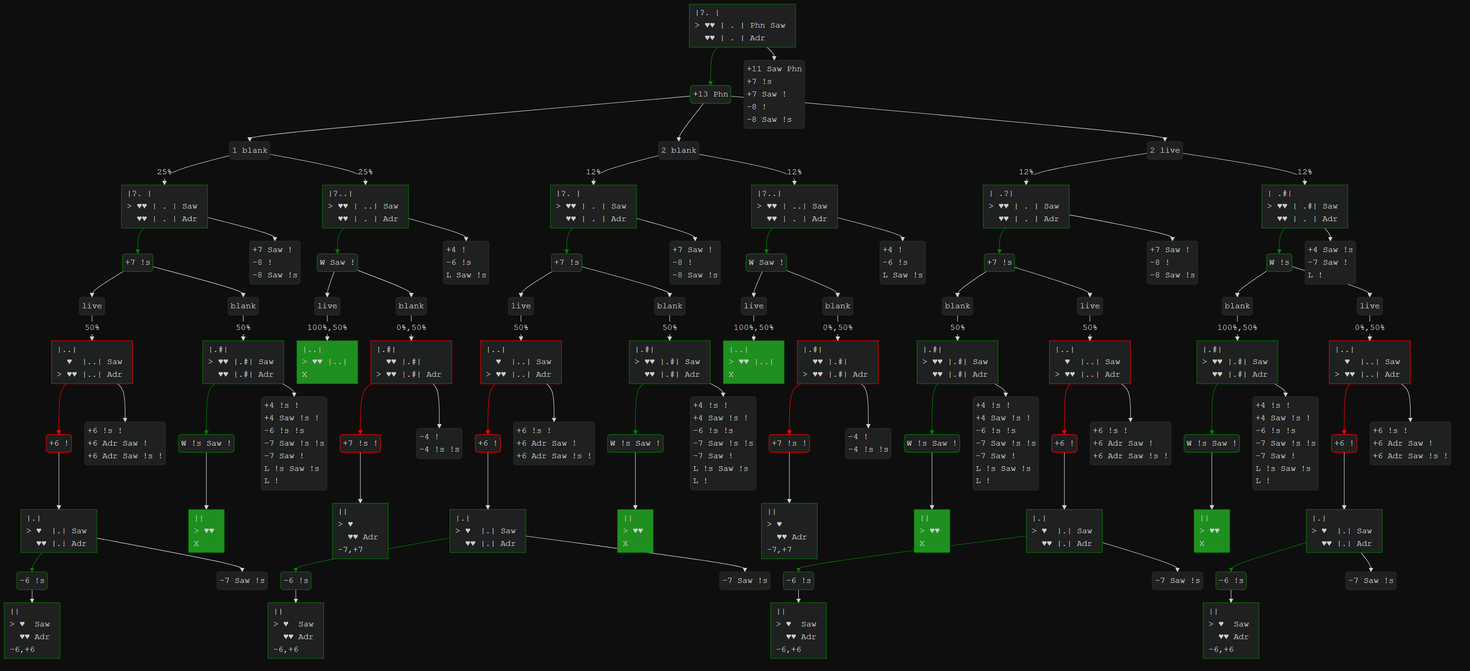
pingbird/buckshot keeps this Mermaid diagram as output.png. Above is the earlier version. Its source is kept beside it as output.mmd.
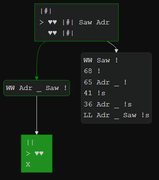
The same file after the commit.

What changed in the source:
```diff
@@ -12,284 +12,16 @@
     padding: 5
 ---
 graph TD;
-  n0["|?.&nbsp;|&nbsp;<br>>&nbsp;♥♥&nbsp;|&nbsp;.&nbsp;|&nbsp;Phn&nbsp;Saw&nbsp;<br>&nbsp;&nbsp;♥♥&nbsp;|&nbsp;.&nbsp;|&nbsp;Adr&nbsp;<br>"]
+  n0["|#|&nbsp;<br>>&nbsp;♥♥&nbsp;|#|&nbsp;Saw&nbsp;Adr&nbsp;<br>&nbsp;&nbsp;♥♥&nbsp;|#|&nbsp;<br>"]
   style n0 text-align:left,stroke:green;
-  d0-0("+13 Phn")
-  n0 --> d0-0
-  style d0-0 stroke: green
+  d0-1("WW Adr _ Saw !")
+  n0 --> d0-1
+  style d0-1 stroke: green
   linkStyle 0 stroke: green;
-  p0-0-0("1  blank")
-  d0-0 --> p0-0-0
-  p0-0-0 -->|"25%"| n1
-  p0-0-0 -->|"25%"| n62
-  p0-0-1("2  blank")
-  d0-0 --> p0-0-1
-  p0-0-1 -->|"12%"| n123
-  p0-0-1 -->|"12%"| n184
-  p0-0-2("2  live")
-  d0-0 --> p0-0-2
-  p0-0-2 -->|"12%"| n245
-  p0-0-2 -->|"12%"| n306
-  h0("+11 Saw Phn<br>+7 !s<br>+7 Saw !<br>-8 !<br>-8 Saw !s")
+  d0-1 --> n2
+  h0("WW Saw !<br>68 !<br>65 Adr _ !<br>41 !s<br>36 Adr _ !s<br>LL Adr _ Saw !s")
   n0 --> h0
   style h0 text-align:left
-  n1["|?.&nbsp;|&nbsp;<br>>&nbsp;♥♥&nbsp;|&nbsp;.&nbsp;|&nbsp;Saw&nbsp;<br>&nbsp;&nbsp;♥♥&nbsp;|&nbsp;.&nbsp;|&nbsp;Adr&nbsp;<br>"]
-  style n1 text-align:left,stroke:green;
-  d1-2("+7 !s")
-  n1 --> d1-2
-  style d1-2 stroke: green
-  linkStyle 11 stroke: green;
-  p1-2-0(" live")
-  d1-2 --> p1-2-0
-  p1-2-0 -->|"50%"| n16
-  p1-2-1(" blank")
-  d1-2 --> p1-2-1
-  p1-2-1 -->|"50%"| n24
-  h1("+7 Saw !<br>-8 !<br>-8 Saw !s")
-  n1 --> h1
-  style h1 text-align:left
-  n16["|..|&nbsp;<br>&nbsp;&nbsp;♥&nbsp;&nbsp;|..|&nbsp;Saw&nbsp;<br>>&nbsp;♥♥&nbsp;|..|&nbsp;Adr&nbsp;<br>"]
-  style n16 text-align:left,stroke:red;
-  d16-2("+6 !")
-  n16 --> d16-2
-  style d16-2 stroke: red
-  linkStyle 17 stroke: red;
-  d16-2 --> n20
-  h16("+6 !s !<br>+6 Adr Saw !<br>+6 Adr Saw !s !")
-  n16 --> h16
-  style h16 text-align:left
-  n20["|.|&nbsp;<br>>&nbsp;♥&nbsp;&nbsp;|.|&nbsp;Saw&nbsp;<br>&nbsp;&nbsp;♥♥&nbsp;|.|&nbsp;Adr&nbsp;<br>"]
-  style n20 text-align:left,stroke:green;
-  d20-1("-6 !s")
-  n20 --> d20-1
-  style d20-1 stroke: green
-  linkStyle 20 stroke: green;
-  d20-1 --> n22
-  h20("-7 Saw !s")
-  n20 --> h20
-  style h20 text-align:left
-  n22["||&nbsp;<br>>&nbsp;♥&nbsp;&nbsp;Saw&nbsp;<br>&nbsp;&nbsp;♥♥&nbsp;Adr&nbsp;<br>-6,+6"]
-  style n22 text-align:left,stroke:green;
-  n24["|.#|&nbsp;<br>>&nbsp;♥♥&nbsp;|.#|&nbsp;Saw&nbsp;<br>&nbsp;&nbsp;♥♥&nbsp;|.#|&nbsp;Adr&nbsp;<br>"]
-  style n24 text-align:left,stroke:green;
-  d24-4("W !s Saw !")
-  n24 --> d24-4
-  style d24-4 stroke: green
-  linkStyle 23 stroke: green;
-  d24-4 --> n31
-  h24("+4 !s !<br>+4 Saw !s !<br>-6 !s !s<br>-7 Saw !s !s<br>-7 Saw !<br>L !s Saw !s<br>L !")
-  n24 --> h24
-  style h24 text-align:left
-  n31["||&nbsp;<br>>&nbsp;♥♥&nbsp;<br>X&nbsp;&nbsp;&nbsp;&nbsp;<br>"]
-  style n31 text-align:left,stroke:green;
-  style n31 fill:#1f9020
-  n62["|?..|&nbsp;<br>>&nbsp;♥♥&nbsp;|&nbsp;..|&nbsp;Saw&nbsp;<br>&nbsp;&nbsp;♥♥&nbsp;|&nbsp;.&nbsp;|&nbsp;Adr&nbsp;<br>"]
-  style n62 text-align:left,stroke:green;
-  d62-1("W Saw !")
-  n62 --> d62-1
-  style d62-1 stroke: green
-  linkStyle 26 stroke: green;
-  p62-1-0(" live")
-  d62-1 --> p62-1-0
-  p62-1-0 -->|"100%,50%"| n70
-  p62-1-1(" blank")
-  d62-1 --> p62-1-1
-  p62-1-1 -->|"0%,50%"| n71
-  h62("+4 !<br>-6 !s<br>L Saw !s")
-  n62 --> h62
-  style h62 text-align:left
-  n70["|..|&nbsp;<br>>&nbsp;♥♥&nbsp;|..|&nbsp;<br>X&nbsp;&nbsp;&nbsp;&nbsp;<br>"]
-  style n70 text-align:left,stroke:green;
-  style n70 fill:#1f9020
-  n71["|.#|&nbsp;<br>&nbsp;&nbsp;♥♥&nbsp;|.#|&nbsp;<br>>&nbsp;♥♥&nbsp;|.#|&nbsp;Adr&nbsp;<br>"]
-  style n71 text-align:left,stroke:red;
-  d71-1("+7 !s !")
-  n71 --> d71-1
-  style d71-1 stroke: red
-  linkStyle 32 stroke: red;
-  d71-1 --> n75
-  h71("-4 !<br>-4 !s !s")
-  n71 --> h71
-  style h71 text-align:left
-  n75["||&nbsp;<br>>&nbsp;♥&nbsp;&nbsp;<br>&nbsp;&nbsp;♥♥&nbsp;Adr&nbsp;<br>-7,+7"]
-  style n75 text-align:left,stroke:green;
-  n123["|?.&nbsp;|&nbsp;<br>>&nbsp;♥♥&nbsp;|&nbsp;.&nbsp;|&nbsp;Saw&nbsp;<br>&nbsp;&nbsp;♥♥&nbsp;|&nbsp;.&nbsp;|&nbsp;Adr&nbsp;<br>"]
-  style n123 text-align:left,stroke:green;
-  d123-2("+7 !s")
-  n123 --> d123-2
-  style d123-2 stroke: green
-  linkStyle 35 stroke: green;
-  p123-2-0(" live")
-  d123-2 --> p123-2-0
-  p123-2-0 -->|"50%"| n138
-  p123-2-1(" blank")
-  d123-2 --> p123-2-1
-  p123-2-1 -->|"50%"| n146
-  h123("+7 Saw !<br>-8 !<br>-8 Saw !s")
-  n123 --> h123
-  style h123 text-align:left
-  n138["|..|&nbsp;<br>&nbsp;&nbsp;♥&nbsp;&nbsp;|..|&nbsp;Saw&nbsp;<br>>&nbsp;♥♥&nbsp;|..|&nbsp;Adr&nbsp;<br>"]
-  style n138 text-align:left,stroke:red;
-  d138-2("+6 !")
-  n138 --> d138-2
-  style d138-2 stroke: red
-  linkStyle 41 stroke: red;
-  d138-2 --> n142
-  h138("+6 !s !<br>+6 Adr Saw !<br>+6 Adr Saw !s !")
-  n138 --> h138
-  style h138 text-align:left
-  n142["|.|&nbsp;<br>>&nbsp;♥&nbsp;&nbsp;|.|&nbsp;Saw&nbsp;<br>&nbsp;&nbsp;♥♥&nbsp;|.|&nbsp;Adr&nbsp;<br>"]
-  style n142 text-align:left,stroke:green;
-  d142-1("-6 !s")
-  n142 --> d142-1
-  style d142-1 stroke: green
-  linkStyle 44 stroke: green;
-  d142-1 --> n144
-  h142("-7 Saw !s")
-  n142 --> h142
-  style h142 text-align:left
-  n144["||&nbsp;<br>>&nbsp;♥&nbsp;&nbsp;Saw&nbsp;<br>&nbsp;&nbsp;♥♥&nbsp;Adr&nbsp;<br>-6,+6"]
-  style n144 text-align:left,stroke:green;
-  n146["|.#|&nbsp;<br>>&nbsp;♥♥&nbsp;|.#|&nbsp;Saw&nbsp;<br>&nbsp;&nbsp;♥♥&nbsp;|.#|&nbsp;Adr&nbsp;<br>"]
-  style n146 text-align:left,stroke:green;
-  d146-4("W !s Saw !")
-  n146 --> d146-4
-  style d146-4 stroke: green
-  linkStyle 47 stroke: green;
-  d146-4 --> n153
-  h146("+4 !s !<br>+4 Saw !s !<br>-6 !s !s<br>-7 Saw !s !s<br>-7 Saw !<br>L !s Saw !s<br>L !")
-  n146 --> h146
-  style h146 text-align:left
-  n153["||&nbsp;<br>>&nbsp;♥♥&nbsp;<br>X&nbsp;&nbsp;&nbsp;&nbsp;<br>"]
-  style n153 text-align:left,stroke:green;
-  style n153 fill:#1f9020
-  n184["|?..|&nbsp;<br>>&nbsp;♥♥&nbsp;|&nbsp;..|&nbsp;Saw&nbsp;<br>&nbsp;&nbsp;♥♥&nbsp;|&nbsp;.&nbsp;|&nbsp;Adr&nbsp;<br>"]
-  style n184 text-align:left,stroke:green;
-  d184-1("W Saw !")
-  n184 --> d184-1
-  style d184-1 stroke: green
-  linkStyle 50 stroke: green;
-  p184-1-0(" live")
-  d184-1 --> p184-1-0
-  p184-1-0 -->|"100%,50%"| n192
-  p184-1-1(" blank")
-  d184-1 --> p184-1-1
-  p184-1-1 -->|"0%,50%"| n193
-  h184("+4 !<br>-6 !s<br>L Saw !s")
-  n184 --> h184
-  style h184 text-align:left
-  n192["|..|&nbsp;<br>>&nbsp;♥♥&nbsp;|..|&nbsp;<br>X&nbsp;&nbsp;&nbsp;&nbsp;<br>"]
-  style n192 text-align:left,stroke:green;
-  style n192 fill:#1f9020
-  n193["|.#|&nbsp;<br>&nbsp;&nbsp;♥♥&nbsp;|.#|&nbsp;<br>>&nbsp;♥♥&nbsp;|.#|&nbsp;Adr&nbsp;<br>"]
-  style n193 text-align:left,stroke:red;
-  d193-1("+7 !s !")
-  n193 --> d193-1
-  style d193-1 stroke: red
-  linkStyle 56 stroke: red;
-  d193-1 --> n197
-  h193("-4 !<br>-4 !s !s")
-  n193 --> h193
-  style h193 text-align:left
-  n197["||&nbsp;<br>>&nbsp;♥&nbsp;&nbsp;<br>&nbsp;&nbsp;♥♥&nbsp;Adr&nbsp;<br>-7,+7"]
-  style n197 text-align:left,stroke:green;
-  n245["|&nbsp;.?|&nbsp;<br>>&nbsp;♥♥&nbsp;|&nbsp;.&nbsp;|&nbsp;Saw&nbsp;<br>&nbsp;&nbsp;♥♥&nbsp;|&nbsp;.&nbsp;|&nbsp;Adr&nbsp;<br>"]
-  style n245 text-align:left,stroke:green;
-  d245-2("+7 !s")
-  n245 --> d245-2
-  style d245-2 stroke: green
-  linkStyle 59 stroke: green;
-  p245-2-0(" blank")
-  d245-2 --> p245-2-0
-  p245-2-0 -->|"50%"| n260
-  p245-2-1(" live")
-  d245-2 --> p245-2-1
-  p245-2-1 -->|"50%"| n275
-  h245("+7 Saw !<br>-8 !<br>-8 Saw !s")
-  n245 --> h245
-  style h245 text-align:left
-  n260["|.#|&nbsp;<br>>&nbsp;♥♥&nbsp;|.#|&nbsp;Saw&nbsp;<br>&nbsp;&nbsp;♥♥&nbsp;|.#|&nbsp;Adr&nbsp;<br>"]
-  style n260 text-align:left,stroke:green;
-  d260-4("W !s Saw !")
-  n260 --> d260-4
-  style d260-4 stroke: green
-  linkStyle 65 stroke: green;
-  d260-4 --> n267
-  h260("+4 !s !<br>+4 Saw !s !<br>-6 !s !s<br>-7 Saw !s !s<br>-7 Saw !<br>L !s Saw !s<br>L !")
-  n260 --> h260
-  style h260 text-align:left
-  n267["||&nbsp;<br>>&nbsp;♥♥&nbsp;<br>X&nbsp;&nbsp;&nbsp;&nbsp;<br>"]
-  style n267 text-align:left,stroke:green;
-  style n267 fill:#1f9020
-  n275["|..|&nbsp;<br>&nbsp;&nbsp;♥&nbsp;&nbsp;|..|&nbsp;Saw&nbsp;<br>>&nbsp;♥♥&nbsp;|..|&nbsp;Adr&nbsp;<br>"]
-  style n275 text-align:left,stroke:red;
-  d275-2("+6 !")
-  n275 --> d275-2
-  style d275-2 stroke: red
-  linkStyle 68 stroke: red;
-  d275-2 --> n279
-  h275("+6 !s !<br>+6 Adr Saw !<br>+6 Adr Saw !s !")
-  n275 --> h275
-  style h275 text-align:left
-  n279["|.|&nbsp;<br>>&nbsp;♥&nbsp;&nbsp;|.|&nbsp;Saw&nbsp;<br>&nbsp;&nbsp;♥♥&nbsp;|.|&nbsp;Adr&nbsp;<br>"]
-  style n279 text-align:left,stroke:green;
-  d279-1("-6 !s")
-  n279 --> d279-1
-  style d279-1 stroke: green
-  linkStyle 71 stroke: green;
-  d279-1 --> n281
-  h279("-7 Saw !s")
-  n279 --> h279
-  style h279 text-align:left
-  n281["||&nbsp;<br>>&nbsp;♥&nbsp;&nbsp;Saw&nbsp;<br>&nbsp;&nbsp;♥♥&nbsp;Adr&nbsp;<br>-6,+6"]
-  style n281 text-align:left,stroke:green;
-  n306["|&nbsp;.#|&nbsp;<br>>&nbsp;♥♥&nbsp;|&nbsp;.#|&nbsp;Saw&nbsp;<br>&nbsp;&nbsp;♥♥&nbsp;|&nbsp;.&nbsp;|&nbsp;Adr&nbsp;<br>"]
-  style n306 text-align:left,stroke:green;
-  d306-2("W !s")
-  n306 --> d306-2
-  style d306-2 stroke: green
-  linkStyle 74 stroke: green;
-  p306-2-0(" blank")
-  d306-2 --> p306-2-0
-  p306-2-0 -->|"100%,50%"| n321
-  p306-2-1(" live")
-  d306-2 --> p306-2-1
-  p306-2-1 -->|"0%,50%"| n336
-  h306("+4 Saw !s<br>-7 Saw !<br>L !")
-  n306 --> h306
-  style h306 text-align:left
-  n321["|.#|&nbsp;<br>>&nbsp;♥♥&nbsp;|.#|&nbsp;Saw&nbsp;<br>&nbsp;&nbsp;♥♥&nbsp;|.#|&nbsp;Adr&nbsp;<br>"]
-  style n321 text-align:left,stroke:green;
-  d321-4("W !s Saw !")
-  n321 --> d321-4
-  style d321-4 stroke: green
-  linkStyle 80 stroke: green;
-  d321-4 --> n328
-  h321("+4 !s !<br>+4 Saw !s !<br>-6 !s !s<br>-7 Saw !s !s<br>-7 Saw !<br>L !s Saw !s<br>L !")
-  n321 --> h321
-  style h321 text-align:left
-  n328["||&nbsp;<br>>&nbsp;♥♥&nbsp;<br>X&nbsp;&nbsp;&nbsp;&nbsp;<br>"]
-  style n328 text-align:left,stroke:green;
-  style n328 fill:#1f9020
-  n336["|..|&nbsp;<br>&nbsp;&nbsp;♥&nbsp;&nbsp;|..|&nbsp;Saw&nbsp;<br>>&nbsp;♥♥&nbsp;|..|&nbsp;Adr&nbsp;<br>"]
-  style n336 text-align:left,stroke:red;
-  d336-2("+6 !")
-  n336 --> d336-2
-  style d336-2 stroke: red
-  linkStyle 83 stroke: red;
-  d336-2 --> n340
-  h336("+6 !s !<br>+6 Adr Saw !<br>+6 Adr Saw !s !")
-  n336 --> h336
-  style h336 text-align:left
-  n340["|.|&nbsp;<br>>&nbsp;♥&nbsp;&nbsp;|.|&nbsp;Saw&nbsp;<br>&nbsp;&nbsp;♥♥&nbsp;|.|&nbsp;Adr&nbsp;<br>"]
-  style n340 text-align:left,stroke:green;
-  d340-1("-6 !s")
-  n340 --> d340-1
-  style d340-1 stroke: green
-  linkStyle 86 stroke: green;
-  d340-1 --> n342
-  h340("-7 Saw !s")
-  n340 --> h340
-  style h340 text-align:left
-  n342["||&nbsp;<br>>&nbsp;♥&nbsp;&nbsp;Saw&nbsp;<br>&nbsp;&nbsp;♥♥&nbsp;Adr&nbsp;<br>-6,+6"]
-  style n342 text-align:left,stroke:green;
+  n2["||&nbsp;<br>>&nbsp;♥♥&nbsp;<br>X&nbsp;&nbsp;&nbsp;&nbsp;<br>"]
+  style n2 text-align:left,stroke:green;
+  style n2 fill:#1f9020
```
